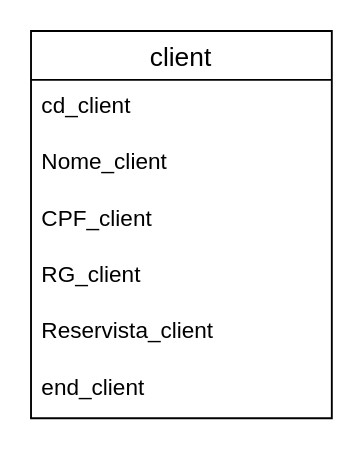
Before: 01.30ex.drawio in uiliands/class_kotlin, a draw.io diagram. Source tidied: cells renumbered, new cells numbered last; positions are measured from the earlier drawing's top-left corner, leaving out a move shared by most shapes. Both pictures are drawn from the tidied source at 188%, with x=0, y=0 at pixel (30, 30).
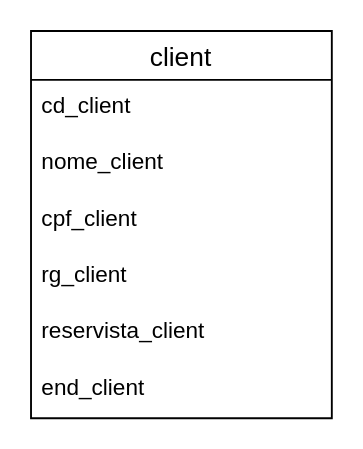
The same diagram, later.

The edit, as a diff of the source:
```diff
@@
 <mxGraphModel>
   <root>
     <mxCell id="0" />
     <mxCell id="1" parent="0" />
     <mxCell id="2" value="client" style="swimlane;fontStyle=0;horizontal=1;startSize=26;align=center;fontSize=14;" parent="1" vertex="1">
       <mxGeometry width="160" height="206" as="geometry" />
     </mxCell>
     <mxCell id="3" value="cd_client" style="text;strokeColor=none;fillColor=none;spacingLeft=4;spacingRight=4;overflow=hidden;fontSize=12;" parent="2" vertex="1">
       <mxGeometry y="26" width="160" height="30" as="geometry" />
     </mxCell>
-    <mxCell id="4" value="Nome_client" style="text;strokeColor=none;fillColor=none;spacingLeft=4;spacingRight=4;overflow=hidden;fontSize=12;" parent="2" vertex="1">
+    <mxCell id="4" value="nome_client" style="text;strokeColor=none;fillColor=none;spacingLeft=4;spacingRight=4;overflow=hidden;fontSize=12;" parent="2" vertex="1">
       <mxGeometry y="56" width="160" height="30" as="geometry" />
     </mxCell>
-    <mxCell id="5" value="CPF_client" style="text;strokeColor=none;fillColor=none;spacingLeft=4;spacingRight=4;overflow=hidden;fontSize=12;" parent="2" vertex="1">
+    <mxCell id="5" value="cpf_client" style="text;strokeColor=none;fillColor=none;spacingLeft=4;spacingRight=4;overflow=hidden;fontSize=12;" parent="2" vertex="1">
       <mxGeometry y="86" width="160" height="30" as="geometry" />
     </mxCell>
-    <mxCell id="6" value="RG_client" style="text;strokeColor=none;fillColor=none;spacingLeft=4;spacingRight=4;overflow=hidden;fontSize=12;" parent="2" vertex="1">
+    <mxCell id="6" value="rg_client" style="text;strokeColor=none;fillColor=none;spacingLeft=4;spacingRight=4;overflow=hidden;fontSize=12;" parent="2" vertex="1">
       <mxGeometry y="116" width="160" height="30" as="geometry" />
     </mxCell>
-    <mxCell id="7" value="Reservista_client" style="text;strokeColor=none;fillColor=none;spacingLeft=4;spacingRight=4;overflow=hidden;fontSize=12;" parent="2" vertex="1">
+    <mxCell id="7" value="reservista_client" style="text;strokeColor=none;fillColor=none;spacingLeft=4;spacingRight=4;overflow=hidden;fontSize=12;" parent="2" vertex="1">
       <mxGeometry y="146" width="160" height="30" as="geometry" />
     </mxCell>
     <mxCell id="8" value="end_client" style="text;strokeColor=none;fillColor=none;spacingLeft=4;spacingRight=4;overflow=hidden;fontSize=12;" parent="2" vertex="1">
       <mxGeometry y="176" width="160" height="30" as="geometry" />
     </mxCell>
   </root>
 </mxGraphModel>
```
